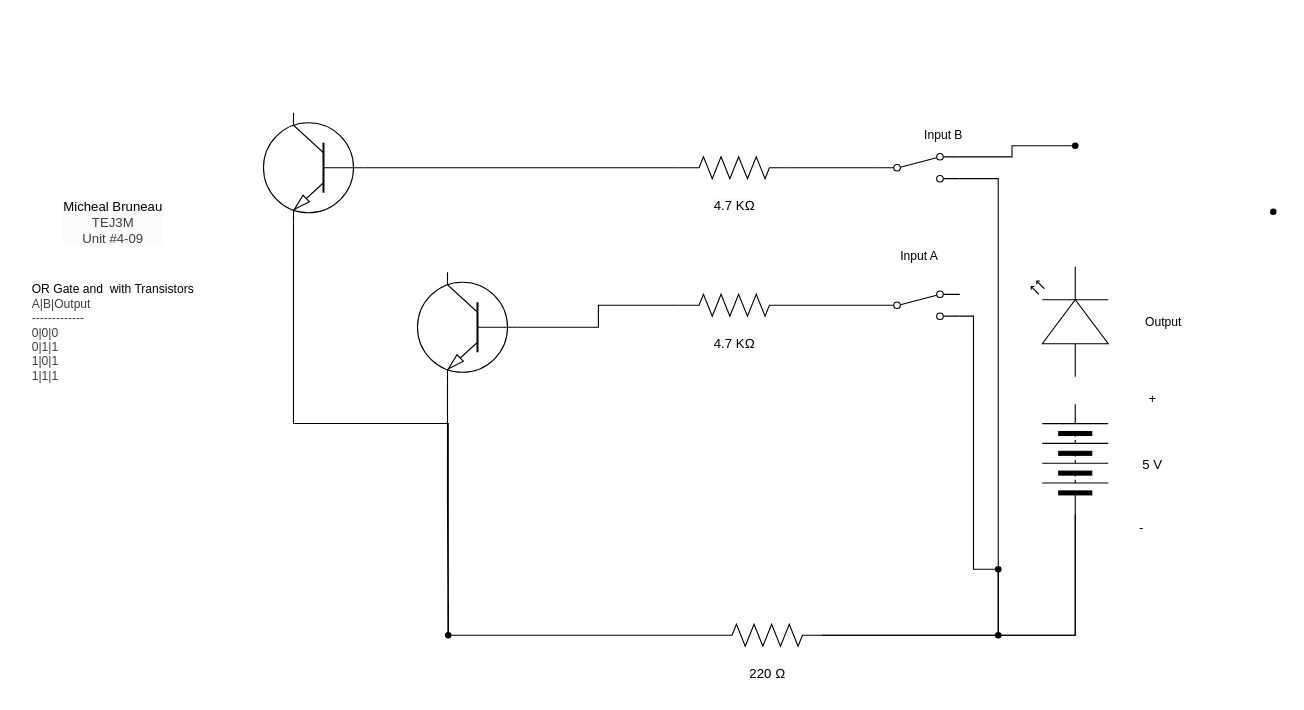
The draw.io diagram TEJ3M 4-09/schematic diagram.drawio in michael-bruneau/TEJ3M-Unit-4, before the edit. Source tidied: cells renumbered, new cells numbered last; positions are measured from the earlier drawing's top-left corner, leaving out a move shared by most shapes. Both pictures are drawn from the tidied source at 110%, with x=0, y=0 at pixel (19, 112).
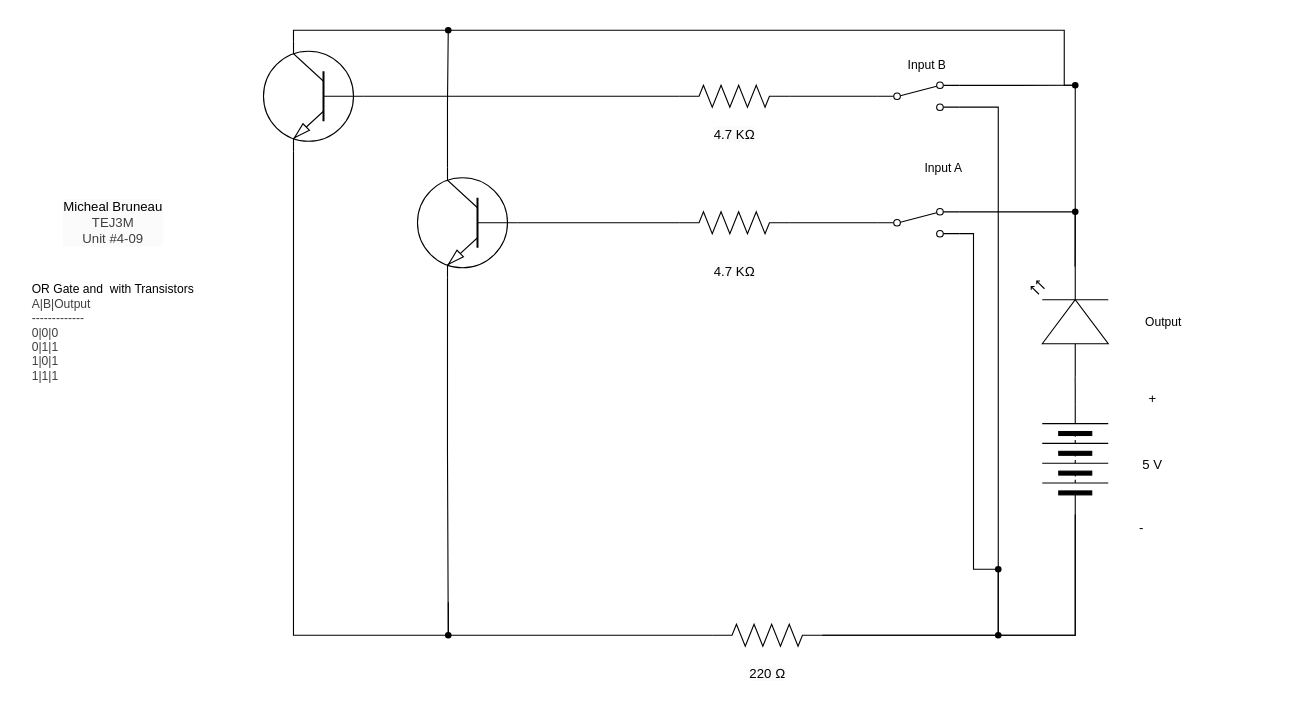
The same page after the edit.

The change refers to these unchanged cells:
```xml
<mxCell id="4" style="verticalLabelPosition=bottom;shadow=0;dashed=0;align=center;html=1;verticalAlign=top;shape=mxgraph.electrical.miscellaneous.batteryStack;rotation=-90;" parent="1" vertex="1">
  <mxGeometry x="910" y="285" width="100" height="60" as="geometry" />
</mxCell>
<mxCell id="37" style="verticalLabelPosition=bottom;shadow=0;dashed=0;align=center;html=1;verticalAlign=top;shape=mxgraph.electrical.opto_electronics.led_2;rotation=-90;" parent="1" vertex="1">
  <mxGeometry x="905" y="155" width="100" height="70" as="geometry" />
</mxCell>
<mxCell id="38" style="shape=waypoint;sketch=0;fillStyle=solid;size=6;points=[];fillColor=none;perimeter=centerPerimeter;snapToPoint=1;" parent="1" vertex="1">
  <mxGeometry x="380" y="465" width="20" height="20" as="geometry" />
</mxCell>
```

What changed in the source:
```diff
@@
     <mxCell id="3" style="edgeStyle=orthogonalEdgeStyle;shape=connector;rounded=0;html=1;exitX=0;exitY=0.5;exitDx=0;exitDy=0;entryX=1;entryY=0.88;entryDx=0;entryDy=0;strokeColor=default;align=center;verticalAlign=middle;fontFamily=Helvetica;fontSize=11;fontColor=default;labelBackgroundColor=default;endArrow=none;endFill=0;" parent="1" edge="1" source="4" target="32">
       <mxGeometry relative="1" as="geometry">
         <Array as="points">
           <mxPoint x="960" y="475" />
           <mxPoint x="890" y="475" />
-          <mxPoint x="890" y="60" />
+          <mxPoint x="890" y="-5" />
         </Array>
       </mxGeometry>
     </mxCell>
@@
+    <mxCell id="40" style="edgeStyle=orthogonalEdgeStyle;shape=connector;rounded=0;html=1;exitX=0.7;exitY=0;exitDx=0;exitDy=0;exitPerimeter=0;strokeColor=default;align=center;verticalAlign=middle;fontFamily=Helvetica;fontSize=11;fontColor=default;labelBackgroundColor=default;endArrow=none;endFill=0;" parent="1" edge="1" source="8" target="50">
+      <mxGeometry relative="1" as="geometry" />
+    </mxCell>
     <mxCell id="8" style="verticalLabelPosition=bottom;shadow=0;dashed=0;align=center;html=1;verticalAlign=top;shape=mxgraph.electrical.transistors.npn_transistor_1;rotation=-180;flipV=1;" parent="1" vertex="1">
-      <mxGeometry x="360" y="145" width="95" height="100" as="geometry" />
+      <mxGeometry x="360" y="50" width="95" height="100" as="geometry" />
     </mxCell>
+    <mxCell id="41" style="edgeStyle=orthogonalEdgeStyle;shape=connector;rounded=0;html=1;exitX=1;exitY=0.5;exitDx=0;exitDy=0;exitPerimeter=0;entryX=0;entryY=0.5;entryDx=0;entryDy=0;strokeColor=default;align=center;verticalAlign=middle;fontFamily=Helvetica;fontSize=11;fontColor=default;labelBackgroundColor=default;endArrow=none;endFill=0;" parent="1" edge="1" source="9" target="24">
+      <mxGeometry relative="1" as="geometry" />
+    </mxCell>
     <mxCell id="9" style="verticalLabelPosition=bottom;shadow=0;dashed=0;align=center;html=1;verticalAlign=top;shape=mxgraph.electrical.resistors.resistor_2;fontFamily=Helvetica;fontSize=11;fontColor=default;labelBackgroundColor=default;" parent="1" vertex="1">
-      <mxGeometry x="600" y="165" width="100" height="20" as="geometry" />
+      <mxGeometry x="600" y="90" width="100" height="20" as="geometry" />
     </mxCell>
@@
-    <mxCell id="13" style="shape=waypoint;sketch=0;fillStyle=solid;size=6;points=[];fillColor=none;perimeter=centerPerimeter;snapToPoint=1;fontFamily=Helvetica;fontSize=11;fontColor=default;labelBackgroundColor=default;" parent="1" vertex="1">
-      <mxGeometry x="1130" y="80" width="20" height="20" as="geometry" />
-    </mxCell>
@@
     <mxCell id="19" value="Input A" style="text;html=1;align=center;verticalAlign=middle;strokeColor=none;fillColor=none;fontFamily=Helvetica;fontSize=11;fontColor=default;labelBackgroundColor=default;" parent="1" vertex="1">
-      <mxGeometry x="787.5" y="115" width="60" height="30" as="geometry" />
+      <mxGeometry x="810" y="35" width="60" height="30" as="geometry" />
     </mxCell>
@@
     <mxCell id="21" value="&lt;span style=&quot;font-size: 12px; background-color: rgb(251, 251, 251);&quot;&gt;4.7 KΩ&lt;/span&gt;" style="text;html=1;align=center;verticalAlign=middle;strokeColor=none;fillColor=none;fontFamily=Helvetica;fontSize=11;fontColor=default;labelBackgroundColor=default;" parent="1" vertex="1">
-      <mxGeometry x="620" y="195" width="60" height="30" as="geometry" />
+      <mxGeometry x="620" y="130" width="60" height="30" as="geometry" />
     </mxCell>
@@
-    <mxCell id="23" style="shape=connector;rounded=0;html=1;exitX=1;exitY=0.5;exitDx=0;exitDy=0;exitPerimeter=0;entryDx=0;entryDy=0;entryPerimeter=0;strokeColor=default;align=center;verticalAlign=middle;fontFamily=Helvetica;fontSize=11;fontColor=default;labelBackgroundColor=default;endArrow=none;endFill=0;" parent="1" edge="1" source="9">
-      <mxGeometry relative="1" as="geometry">
-        <mxPoint x="780" y="175" as="targetPoint" />
-      </mxGeometry>
-    </mxCell>
     <mxCell id="24" style="html=1;shape=mxgraph.electrical.electro-mechanical.twoWaySwitch;elSwitchState=2;" parent="1" vertex="1">
-      <mxGeometry x="780" y="162" width="75" height="26" as="geometry" />
+      <mxGeometry x="780" y="87" width="75" height="26" as="geometry" />
     </mxCell>
     <mxCell id="25" style="verticalLabelPosition=bottom;shadow=0;dashed=0;align=center;html=1;verticalAlign=top;shape=mxgraph.electrical.transistors.npn_transistor_1;rotation=-180;flipV=1;" parent="1" vertex="1">
-      <mxGeometry x="220" width="95" height="100" as="geometry" />
+      <mxGeometry x="220" y="-65" width="95" height="100" as="geometry" />
     </mxCell>
+    <mxCell id="42" style="edgeStyle=orthogonalEdgeStyle;shape=connector;rounded=0;html=1;exitX=1;exitY=0.5;exitDx=0;exitDy=0;exitPerimeter=0;entryX=0;entryY=0.5;entryDx=0;entryDy=0;strokeColor=default;align=center;verticalAlign=middle;fontFamily=Helvetica;fontSize=11;fontColor=default;labelBackgroundColor=default;endArrow=none;endFill=0;" parent="1" edge="1" source="26" target="32">
+      <mxGeometry relative="1" as="geometry" />
+    </mxCell>
     <mxCell id="26" style="verticalLabelPosition=bottom;shadow=0;dashed=0;align=center;html=1;verticalAlign=top;shape=mxgraph.electrical.resistors.resistor_2;fontFamily=Helvetica;fontSize=11;fontColor=default;labelBackgroundColor=default;" parent="1" vertex="1">
-      <mxGeometry x="600" y="40" width="100" height="20" as="geometry" />
+      <mxGeometry x="600" y="-25" width="100" height="20" as="geometry" />
     </mxCell>
-    <mxCell id="27" style="shape=waypoint;sketch=0;fillStyle=solid;size=6;points=[];fillColor=none;perimeter=centerPerimeter;snapToPoint=1;fontFamily=Helvetica;fontSize=11;fontColor=default;labelBackgroundColor=default;" parent="1" vertex="1">
-      <mxGeometry x="950" y="20" width="20" height="20" as="geometry" />
-    </mxCell>
     <mxCell id="28" value="Input B" style="text;html=1;align=center;verticalAlign=middle;strokeColor=none;fillColor=none;fontFamily=Helvetica;fontSize=11;fontColor=default;labelBackgroundColor=default;" parent="1" vertex="1">
-      <mxGeometry x="810" y="5" width="60" height="30" as="geometry" />
+      <mxGeometry x="795" y="-58" width="60" height="30" as="geometry" />
     </mxCell>
     <mxCell id="29" value="&lt;span style=&quot;font-size: 12px; background-color: rgb(251, 251, 251);&quot;&gt;4.7 KΩ&lt;/span&gt;" style="text;html=1;align=center;verticalAlign=middle;strokeColor=none;fillColor=none;fontFamily=Helvetica;fontSize=11;fontColor=default;labelBackgroundColor=default;" parent="1" vertex="1">
-      <mxGeometry x="620" y="70" width="60" height="30" as="geometry" />
+      <mxGeometry x="620" y="5" width="60" height="30" as="geometry" />
     </mxCell>
-    <mxCell id="30" style="shape=connector;rounded=0;html=1;exitX=1;exitY=0.5;exitDx=0;exitDy=0;exitPerimeter=0;entryDx=0;entryDy=0;entryPerimeter=0;strokeColor=default;align=center;verticalAlign=middle;fontFamily=Helvetica;fontSize=11;fontColor=default;labelBackgroundColor=default;endArrow=none;endFill=0;" parent="1" edge="1" source="26">
-      <mxGeometry relative="1" as="geometry">
-        <mxPoint x="780" y="50" as="targetPoint" />
-      </mxGeometry>
-    </mxCell>
-    <mxCell id="31" style="edgeStyle=orthogonalEdgeStyle;shape=connector;rounded=0;html=1;exitX=1;exitY=0.12;exitDx=0;exitDy=0;strokeColor=default;align=center;verticalAlign=middle;fontFamily=Helvetica;fontSize=11;fontColor=default;labelBackgroundColor=default;endArrow=none;endFill=0;" parent="1" edge="1" source="32" target="27">
-      <mxGeometry relative="1" as="geometry" />
-    </mxCell>
     <mxCell id="32" style="html=1;shape=mxgraph.electrical.electro-mechanical.twoWaySwitch;elSwitchState=2;" parent="1" vertex="1">
-      <mxGeometry x="780" y="37" width="75" height="26" as="geometry" />
+      <mxGeometry x="780" y="-28" width="75" height="26" as="geometry" />
     </mxCell>
@@
     <mxCell id="39" style="edgeStyle=orthogonalEdgeStyle;html=1;exitX=0.7;exitY=1;exitDx=0;exitDy=0;exitPerimeter=0;entryX=0.3;entryY=0.9;entryDx=0;entryDy=0;entryPerimeter=0;endArrow=none;endFill=0;rounded=0;" parent="1" edge="1" source="25" target="38">
-      <mxGeometry relative="1" as="geometry" />
+      <mxGeometry relative="1" as="geometry">
+        <Array as="points">
+          <mxPoint x="249" y="475" />
+        </Array>
+      </mxGeometry>
     </mxCell>
+    <mxCell id="43" style="edgeStyle=orthogonalEdgeStyle;shape=connector;rounded=0;html=1;exitX=1;exitY=0.12;exitDx=0;exitDy=0;entryX=1;entryY=0.57;entryDx=0;entryDy=0;entryPerimeter=0;strokeColor=default;align=center;verticalAlign=middle;fontFamily=Helvetica;fontSize=11;fontColor=default;labelBackgroundColor=default;endArrow=none;endFill=0;" parent="1" edge="1" source="24" target="37">
+      <mxGeometry relative="1" as="geometry" />
+    </mxCell>
+    <mxCell id="44" style="edgeStyle=orthogonalEdgeStyle;shape=connector;rounded=0;html=1;exitDx=0;exitDy=0;entryX=1;entryY=0.57;entryDx=0;entryDy=0;entryPerimeter=0;strokeColor=default;align=center;verticalAlign=middle;fontFamily=Helvetica;fontSize=11;fontColor=default;labelBackgroundColor=default;endArrow=none;endFill=0;" parent="1" edge="1" source="46" target="37">
+      <mxGeometry relative="1" as="geometry" />
+    </mxCell>
+    <mxCell id="45" style="edgeStyle=orthogonalEdgeStyle;shape=connector;rounded=0;html=1;exitDx=0;exitDy=0;entryDx=0;entryDy=0;entryPerimeter=0;strokeColor=default;align=center;verticalAlign=middle;fontFamily=Helvetica;fontSize=11;fontColor=default;labelBackgroundColor=default;endArrow=none;endFill=0;" parent="1" edge="1" source="13" target="46">
+      <mxGeometry relative="1" as="geometry" />
+    </mxCell>
+    <mxCell id="46" style="shape=waypoint;sketch=0;fillStyle=solid;size=6;points=[];fillColor=none;perimeter=centerPerimeter;snapToPoint=1;fontFamily=Helvetica;fontSize=11;fontColor=default;labelBackgroundColor=default;" parent="1" vertex="1">
+      <mxGeometry x="950" y="80" width="20" height="20" as="geometry" />
+    </mxCell>
+    <mxCell id="47" style="edgeStyle=orthogonalEdgeStyle;shape=connector;rounded=0;html=1;exitX=1;exitY=0.12;exitDx=0;exitDy=0;entryDx=0;entryDy=0;entryPerimeter=0;strokeColor=default;align=center;verticalAlign=middle;fontFamily=Helvetica;fontSize=11;fontColor=default;labelBackgroundColor=default;endArrow=none;endFill=0;" parent="1" edge="1" source="32" target="13">
+      <mxGeometry relative="1" as="geometry" />
+    </mxCell>
+    <mxCell id="13" style="shape=waypoint;sketch=0;fillStyle=solid;size=6;points=[];fillColor=none;perimeter=centerPerimeter;snapToPoint=1;fontFamily=Helvetica;fontSize=11;fontColor=default;labelBackgroundColor=default;" parent="1" vertex="1">
+      <mxGeometry x="950" y="-35" width="20" height="20" as="geometry" />
+    </mxCell>
+    <mxCell id="48" style="edgeStyle=orthogonalEdgeStyle;shape=connector;rounded=0;html=1;exitDx=0;exitDy=0;exitPerimeter=0;entryX=0.75;entryY=-0.05;entryDx=0;entryDy=0;entryPerimeter=0;strokeColor=default;align=center;verticalAlign=middle;fontFamily=Helvetica;fontSize=11;fontColor=default;labelBackgroundColor=default;endArrow=none;endFill=0;" parent="1" edge="1" source="50" target="13">
+      <mxGeometry relative="1" as="geometry">
+        <Array as="points">
+          <mxPoint x="950" y="-75" />
+          <mxPoint x="950" y="-25" />
+        </Array>
+      </mxGeometry>
+    </mxCell>
+    <mxCell id="49" style="edgeStyle=orthogonalEdgeStyle;shape=connector;rounded=0;html=1;exitX=0.7;exitY=0;exitDx=0;exitDy=0;exitPerimeter=0;entryDx=0;entryDy=0;entryPerimeter=0;strokeColor=default;align=center;verticalAlign=middle;fontFamily=Helvetica;fontSize=11;fontColor=default;labelBackgroundColor=default;endArrow=none;endFill=0;" parent="1" edge="1" source="25" target="50">
+      <mxGeometry relative="1" as="geometry">
+        <Array as="points">
+          <mxPoint x="249" y="-75" />
+        </Array>
+      </mxGeometry>
+    </mxCell>
+    <mxCell id="50" style="shape=waypoint;sketch=0;fillStyle=solid;size=6;points=[];fillColor=none;perimeter=centerPerimeter;snapToPoint=1;fontFamily=Helvetica;fontSize=11;fontColor=default;labelBackgroundColor=default;" parent="1" vertex="1">
+      <mxGeometry x="380" y="-85" width="20" height="20" as="geometry" />
+    </mxCell>
+    <mxCell id="51" style="edgeStyle=orthogonalEdgeStyle;shape=connector;rounded=0;html=1;exitX=1;exitY=0.5;exitDx=0;exitDy=0;entryX=0;entryY=0.57;entryDx=0;entryDy=0;entryPerimeter=0;strokeColor=default;align=center;verticalAlign=middle;fontFamily=Helvetica;fontSize=11;fontColor=default;labelBackgroundColor=default;endArrow=none;endFill=0;" parent="1" edge="1" source="4" target="37">
+      <mxGeometry relative="1" as="geometry" />
+    </mxCell>
```
